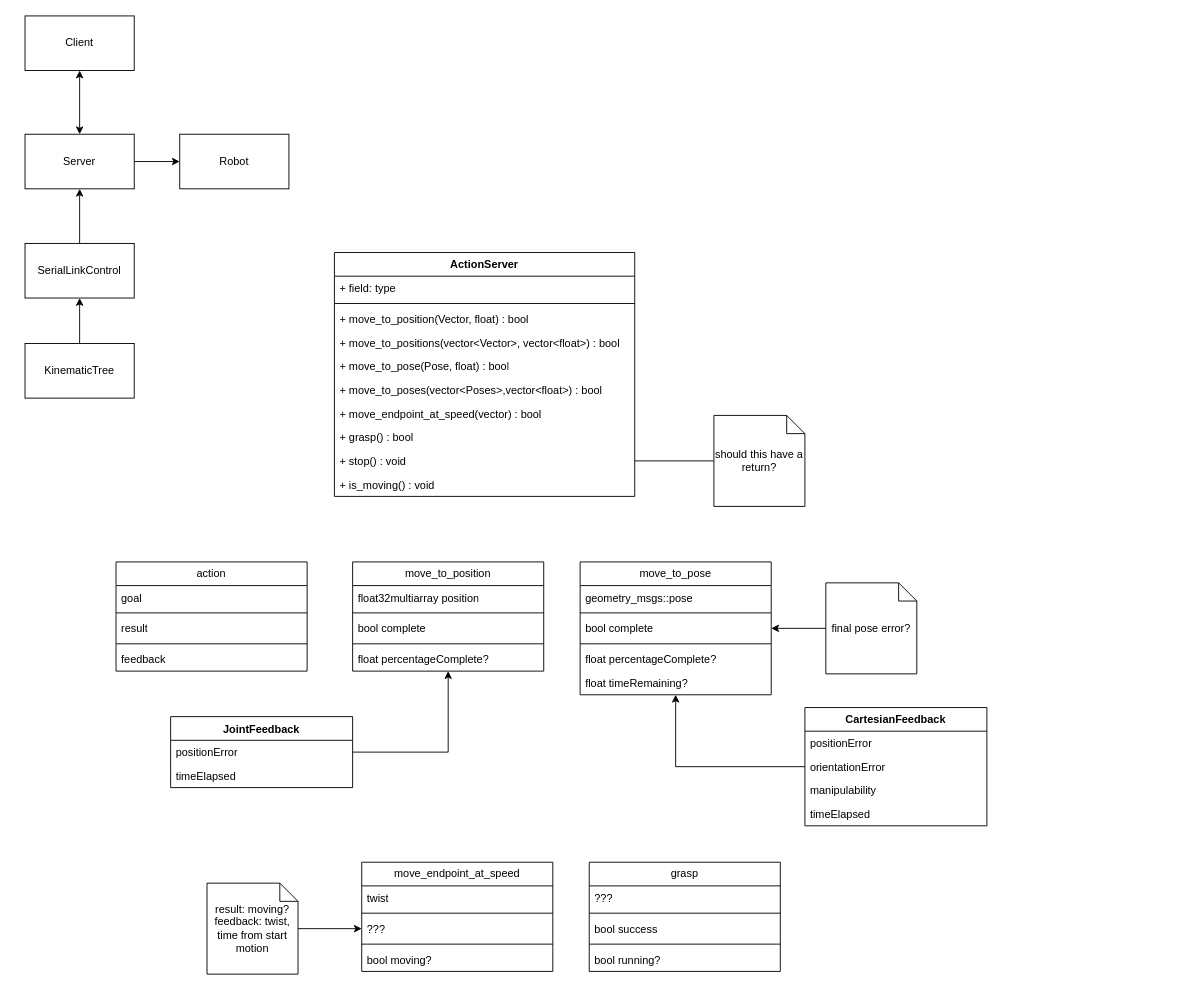
Earlier version of the draw.io diagram page "ActionServer" (2 of 2) of Control/doc/ControlClassDiagrams.drawio (Woolfrey/software_robot_library). Source tidied: cells renumbered, new cells numbered last; positions are measured from the earlier drawing's top-left corner, leaving out a move shared by most shapes. Both pictures are drawn from the tidied source at 91%, with x=0, y=0 at pixel (25, 15).
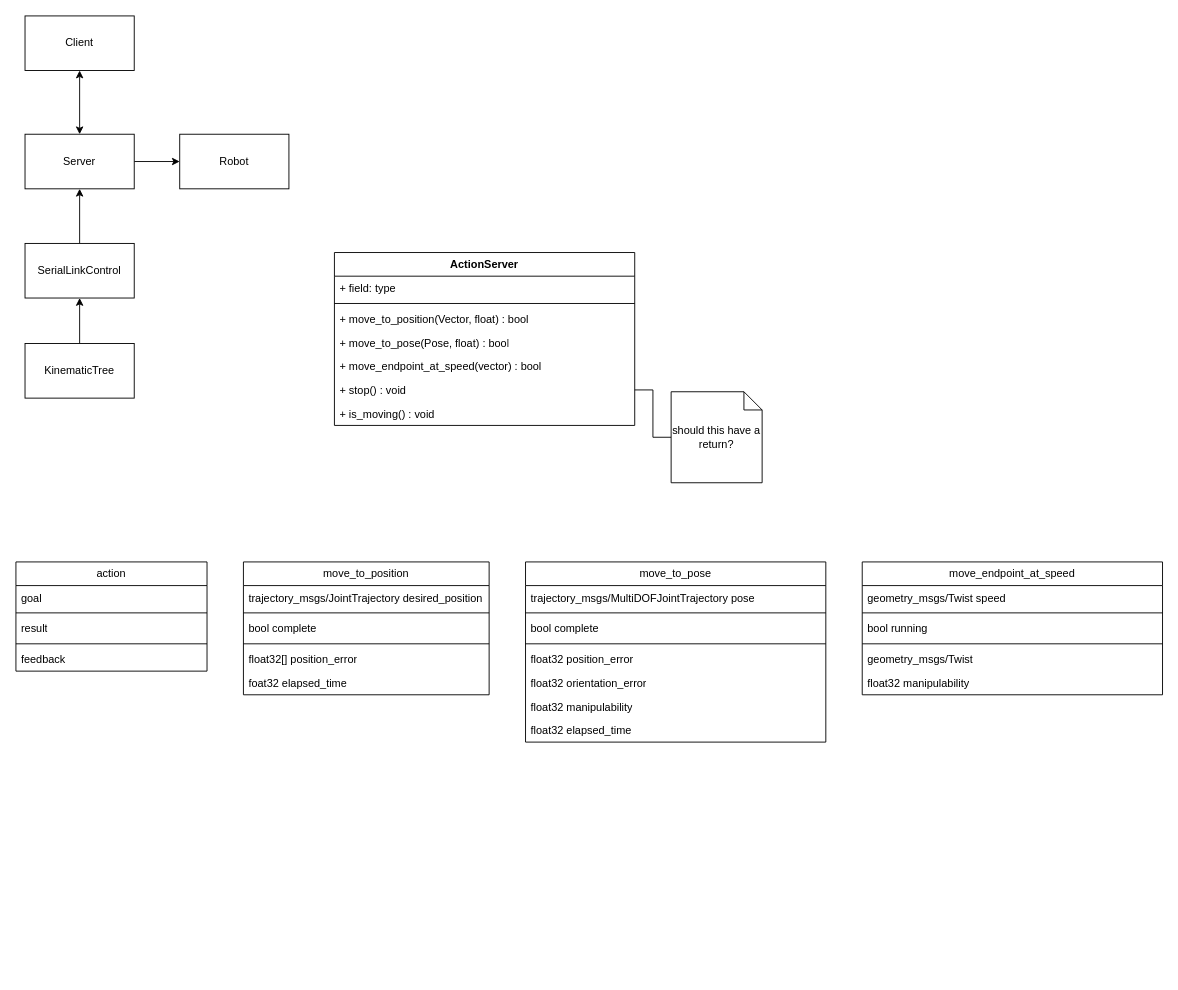
After the change.

Change to the diagram source:
```diff
@@
     <mxCell id="11" value="ActionServer" style="swimlane;fontStyle=1;align=center;verticalAlign=top;horizontal=1;startSize=26;whiteSpace=wrap;html=1;" parent="1" vertex="1">
-      <mxGeometry x="340" y="260" width="330" height="268" as="geometry" />
+      <mxGeometry x="340" y="260" width="330" height="190" as="geometry" />
     </mxCell>
@@
-    <mxCell id="15" value="+ move_to_positions(vector&amp;lt;Vector&amp;gt;, vector&amp;lt;float&amp;gt;) : bool" style="text;strokeColor=none;fillColor=none;align=left;verticalAlign=top;spacingLeft=4;spacingRight=4;overflow=hidden;whiteSpace=wrap;html=1;" parent="11" vertex="1">
-      <mxGeometry y="86" width="330" height="26" as="geometry" />
-    </mxCell>
     <mxCell id="16" value="+ move_to_pose(Pose, float) : bool" style="text;strokeColor=none;fillColor=none;align=left;verticalAlign=top;spacingLeft=4;spacingRight=4;overflow=hidden;whiteSpace=wrap;html=1;" parent="11" vertex="1">
-      <mxGeometry y="112" width="330" height="26" as="geometry" />
+      <mxGeometry y="86" width="330" height="26" as="geometry" />
     </mxCell>
-    <mxCell id="17" value="+ move_to_poses(vector&amp;lt;Poses&amp;gt;,vector&amp;lt;float&amp;gt;) : bool" style="text;strokeColor=none;fillColor=none;align=left;verticalAlign=top;spacingLeft=4;spacingRight=4;overflow=hidden;whiteSpace=wrap;html=1;" parent="11" vertex="1">
-      <mxGeometry y="138" width="330" height="26" as="geometry" />
-    </mxCell>
     <mxCell id="18" value="+ move_endpoint_at_speed(vector) : bool" style="text;strokeColor=none;fillColor=none;align=left;verticalAlign=top;spacingLeft=4;spacingRight=4;overflow=hidden;whiteSpace=wrap;html=1;" parent="11" vertex="1">
-      <mxGeometry y="164" width="330" height="26" as="geometry" />
+      <mxGeometry y="112" width="330" height="26" as="geometry" />
     </mxCell>
-    <mxCell id="19" value="+ grasp() : bool" style="text;strokeColor=none;fillColor=none;align=left;verticalAlign=top;spacingLeft=4;spacingRight=4;overflow=hidden;whiteSpace=wrap;html=1;" parent="11" vertex="1">
-      <mxGeometry y="190" width="330" height="26" as="geometry" />
-    </mxCell>
     <mxCell id="20" value="+ stop() : void" style="text;strokeColor=none;fillColor=none;align=left;verticalAlign=top;spacingLeft=4;spacingRight=4;overflow=hidden;points=[[0,0.5],[1,0.5]];portConstraint=eastwest;whiteSpace=wrap;html=1;" parent="11" vertex="1">
-      <mxGeometry y="216" width="330" height="26" as="geometry" />
+      <mxGeometry y="138" width="330" height="26" as="geometry" />
     </mxCell>
     <mxCell id="21" value="+ is_moving() : void" style="text;strokeColor=none;fillColor=none;align=left;verticalAlign=top;spacingLeft=4;spacingRight=4;overflow=hidden;whiteSpace=wrap;html=1;" parent="11" vertex="1">
-      <mxGeometry y="242" width="330" height="26" as="geometry" />
+      <mxGeometry y="164" width="330" height="26" as="geometry" />
     </mxCell>
     <mxCell id="22" value="move_to_position" style="swimlane;fontStyle=0;horizontal=1;startSize=26;fillColor=none;whiteSpace=wrap;html=1;" parent="1" vertex="1">
-      <mxGeometry x="360" y="600" width="210" height="120" as="geometry" />
+      <mxGeometry x="240" y="600" width="270" height="146" as="geometry" />
     </mxCell>
-    <mxCell id="23" value="float32multiarray position" style="text;strokeColor=none;fillColor=none;align=left;verticalAlign=top;spacingLeft=4;spacingRight=4;overflow=hidden;whiteSpace=wrap;html=1;" parent="22" vertex="1">
-      <mxGeometry y="26" width="210" height="26" as="geometry" />
-    </mxCell>
+    <mxCell id="69" value="trajectory_msgs/JointTrajectory desired_position" style="text;strokeColor=none;fillColor=none;align=left;verticalAlign=top;spacingLeft=4;spacingRight=4;overflow=hidden;whiteSpace=wrap;html=1;" parent="22" vertex="1">
+      <mxGeometry y="26" width="270" height="26" as="geometry" />
+    </mxCell>
     <mxCell id="24" style="line;strokeWidth=1;fillColor=none;align=left;verticalAlign=middle;spacingTop=-1;spacingLeft=3;spacingRight=3;labelPosition=right;strokeColor=inherit;" parent="22" vertex="1">
-      <mxGeometry y="52" width="210" height="8" as="geometry" />
+      <mxGeometry y="52" width="270" height="8" as="geometry" />
     </mxCell>
     <mxCell id="25" value="bool complete" style="text;strokeColor=none;fillColor=none;align=left;verticalAlign=top;spacingLeft=4;spacingRight=4;overflow=hidden;whiteSpace=wrap;html=1;" parent="22" vertex="1">
-      <mxGeometry y="60" width="210" height="26" as="geometry" />
+      <mxGeometry y="60" width="270" height="26" as="geometry" />
     </mxCell>
     <mxCell id="26" style="line;strokeWidth=1;fillColor=none;align=left;verticalAlign=middle;spacingTop=-1;spacingLeft=3;spacingRight=3;labelPosition=right;strokeColor=inherit;" parent="22" vertex="1">
-      <mxGeometry y="86" width="210" height="8" as="geometry" />
+      <mxGeometry y="86" width="270" height="8" as="geometry" />
     </mxCell>
-    <mxCell id="27" value="float percentageComplete?" style="text;strokeColor=none;fillColor=none;align=left;verticalAlign=top;spacingLeft=4;spacingRight=4;overflow=hidden;whiteSpace=wrap;html=1;" parent="22" vertex="1">
-      <mxGeometry y="94" width="210" height="26" as="geometry" />
-    </mxCell>
+    <mxCell id="70" value="float32[] position_error" style="text;strokeColor=none;fillColor=none;align=left;verticalAlign=top;spacingLeft=4;spacingRight=4;overflow=hidden;whiteSpace=wrap;html=1;" parent="22" vertex="1">
+      <mxGeometry y="94" width="270" height="26" as="geometry" />
+    </mxCell>
+    <mxCell id="71" value="foat32 elapsed_time" style="text;strokeColor=none;fillColor=none;align=left;verticalAlign=top;spacingLeft=4;spacingRight=4;overflow=hidden;whiteSpace=wrap;html=1;" parent="22" vertex="1">
+      <mxGeometry y="120" width="270" height="26" as="geometry" />
+    </mxCell>
@@
     <mxCell id="29" value="should this have a return?" style="shape=note;size=20;whiteSpace=wrap;html=1;" parent="1" vertex="1">
-      <mxGeometry x="757" y="439" width="100" height="100" as="geometry" />
+      <mxGeometry x="710" y="413" width="100" height="100" as="geometry" />
     </mxCell>
     <mxCell id="30" value="move_to_pose" style="swimlane;fontStyle=0;horizontal=1;startSize=26;fillColor=none;whiteSpace=wrap;html=1;" parent="1" vertex="1">
-      <mxGeometry x="610" y="600" width="210" height="146" as="geometry" />
+      <mxGeometry x="550" y="600" width="330" height="198" as="geometry" />
     </mxCell>
-    <mxCell id="31" value="geometry_msgs::pose" style="text;strokeColor=none;fillColor=none;align=left;verticalAlign=top;spacingLeft=4;spacingRight=4;overflow=hidden;whiteSpace=wrap;html=1;" parent="30" vertex="1">
-      <mxGeometry y="26" width="210" height="26" as="geometry" />
+    <mxCell id="31" value="trajectory_msgs/MultiDOFJointTrajectory pose" style="text;strokeColor=none;fillColor=none;align=left;verticalAlign=top;spacingLeft=4;spacingRight=4;overflow=hidden;whiteSpace=wrap;html=1;" parent="30" vertex="1">
+      <mxGeometry y="26" width="330" height="26" as="geometry" />
     </mxCell>
     <mxCell id="32" style="line;strokeWidth=1;fillColor=none;align=left;verticalAlign=middle;spacingTop=-1;spacingLeft=3;spacingRight=3;labelPosition=right;strokeColor=inherit;" parent="30" vertex="1">
-      <mxGeometry y="52" width="210" height="8" as="geometry" />
+      <mxGeometry y="52" width="330" height="8" as="geometry" />
     </mxCell>
     <mxCell id="33" value="bool complete" style="text;strokeColor=none;fillColor=none;align=left;verticalAlign=top;spacingLeft=4;spacingRight=4;overflow=hidden;points=[[0,0.5],[1,0.5]];portConstraint=eastwest;whiteSpace=wrap;html=1;" parent="30" vertex="1">
-      <mxGeometry y="60" width="210" height="26" as="geometry" />
+      <mxGeometry y="60" width="330" height="26" as="geometry" />
     </mxCell>
     <mxCell id="34" style="line;strokeWidth=1;fillColor=none;align=left;verticalAlign=middle;spacingTop=-1;spacingLeft=3;spacingRight=3;labelPosition=right;strokeColor=inherit;" parent="30" vertex="1">
-      <mxGeometry y="86" width="210" height="8" as="geometry" />
+      <mxGeometry y="86" width="330" height="8" as="geometry" />
     </mxCell>
-    <mxCell id="35" value="float percentageComplete?" style="text;strokeColor=none;fillColor=none;align=left;verticalAlign=top;spacingLeft=4;spacingRight=4;overflow=hidden;whiteSpace=wrap;html=1;" parent="30" vertex="1">
-      <mxGeometry y="94" width="210" height="26" as="geometry" />
+    <mxCell id="35" value="float32 position_error" style="text;strokeColor=none;fillColor=none;align=left;verticalAlign=top;spacingLeft=4;spacingRight=4;overflow=hidden;whiteSpace=wrap;html=1;" parent="30" vertex="1">
+      <mxGeometry y="94" width="330" height="26" as="geometry" />
     </mxCell>
-    <mxCell id="36" value="float timeRemaining?" style="text;strokeColor=none;fillColor=none;align=left;verticalAlign=top;spacingLeft=4;spacingRight=4;overflow=hidden;whiteSpace=wrap;html=1;" parent="30" vertex="1">
-      <mxGeometry y="120" width="210" height="26" as="geometry" />
+    <mxCell id="36" value="float32 orientation_error" style="text;strokeColor=none;fillColor=none;align=left;verticalAlign=top;spacingLeft=4;spacingRight=4;overflow=hidden;whiteSpace=wrap;html=1;" parent="30" vertex="1">
+      <mxGeometry y="120" width="330" height="26" as="geometry" />
     </mxCell>
+    <mxCell id="72" value="float32 manipulability" style="text;strokeColor=none;fillColor=none;align=left;verticalAlign=top;spacingLeft=4;spacingRight=4;overflow=hidden;whiteSpace=wrap;html=1;" parent="30" vertex="1">
+      <mxGeometry y="146" width="330" height="26" as="geometry" />
+    </mxCell>
+    <mxCell id="73" value="float32 elapsed_time" style="text;strokeColor=none;fillColor=none;align=left;verticalAlign=top;spacingLeft=4;spacingRight=4;overflow=hidden;whiteSpace=wrap;html=1;" parent="30" vertex="1">
+      <mxGeometry y="172" width="330" height="26" as="geometry" />
+    </mxCell>
     <mxCell id="37" value="action" style="swimlane;fontStyle=0;horizontal=1;startSize=26;fillColor=none;whiteSpace=wrap;html=1;" parent="1" vertex="1">
-      <mxGeometry x="100" y="600" width="210" height="120" as="geometry" />
+      <mxGeometry x="-10" y="600" width="210" height="120" as="geometry" />
     </mxCell>
@@
     <mxCell id="43" value="move_endpoint_at_speed" style="swimlane;fontStyle=0;horizontal=1;startSize=26;fillColor=none;whiteSpace=wrap;html=1;" parent="1" vertex="1">
-      <mxGeometry x="370" y="930" width="210" height="120" as="geometry" />
+      <mxGeometry x="920" y="600" width="330" height="146" as="geometry" />
     </mxCell>
-    <mxCell id="44" value="twist" style="text;strokeColor=none;fillColor=none;align=left;verticalAlign=top;spacingLeft=4;spacingRight=4;overflow=hidden;whiteSpace=wrap;html=1;" parent="43" vertex="1">
-      <mxGeometry y="26" width="210" height="26" as="geometry" />
-    </mxCell>
-    <mxCell id="45" style="line;strokeWidth=1;fillColor=none;align=left;verticalAlign=middle;spacingTop=-1;spacingLeft=3;spacingRight=3;labelPosition=right;strokeColor=inherit;" parent="43" vertex="1">
-      <mxGeometry y="52" width="210" height="8" as="geometry" />
-    </mxCell>
-    <mxCell id="46" value="???" style="text;strokeColor=none;fillColor=none;align=left;verticalAlign=top;spacingLeft=4;spacingRight=4;overflow=hidden;points=[[0,0.5],[1,0.5]];portConstraint=eastwest;whiteSpace=wrap;html=1;" parent="43" vertex="1">
-      <mxGeometry y="60" width="210" height="26" as="geometry" />
-    </mxCell>
-    <mxCell id="47" style="line;strokeWidth=1;fillColor=none;align=left;verticalAlign=middle;spacingTop=-1;spacingLeft=3;spacingRight=3;labelPosition=right;strokeColor=inherit;" parent="43" vertex="1">
-      <mxGeometry y="86" width="210" height="8" as="geometry" />
-    </mxCell>
-    <mxCell id="48" value="bool moving?" style="text;strokeColor=none;fillColor=none;align=left;verticalAlign=top;spacingLeft=4;spacingRight=4;overflow=hidden;whiteSpace=wrap;html=1;" parent="43" vertex="1">
-      <mxGeometry y="94" width="210" height="26" as="geometry" />
-    </mxCell>
-    <mxCell id="49" value="grasp" style="swimlane;fontStyle=0;horizontal=1;startSize=26;fillColor=none;whiteSpace=wrap;html=1;" parent="1" vertex="1">
-      <mxGeometry x="620" y="930" width="210" height="120" as="geometry" />
-    </mxCell>
-    <mxCell id="50" value="???" style="text;strokeColor=none;fillColor=none;align=left;verticalAlign=top;spacingLeft=4;spacingRight=4;overflow=hidden;whiteSpace=wrap;html=1;" parent="49" vertex="1">
-      <mxGeometry y="26" width="210" height="26" as="geometry" />
-    </mxCell>
-    <mxCell id="51" style="line;strokeWidth=1;fillColor=none;align=left;verticalAlign=middle;spacingTop=-1;spacingLeft=3;spacingRight=3;labelPosition=right;strokeColor=inherit;" parent="49" vertex="1">
-      <mxGeometry y="52" width="210" height="8" as="geometry" />
-    </mxCell>
-    <mxCell id="52" value="bool success" style="text;strokeColor=none;fillColor=none;align=left;verticalAlign=top;spacingLeft=4;spacingRight=4;overflow=hidden;whiteSpace=wrap;html=1;" parent="49" vertex="1">
-      <mxGeometry y="60" width="210" height="26" as="geometry" />
-    </mxCell>
-    <mxCell id="53" style="line;strokeWidth=1;fillColor=none;align=left;verticalAlign=middle;spacingTop=-1;spacingLeft=3;spacingRight=3;labelPosition=right;strokeColor=inherit;" parent="49" vertex="1">
-      <mxGeometry y="86" width="210" height="8" as="geometry" />
-    </mxCell>
-    <mxCell id="54" value="bool running?" style="text;strokeColor=none;fillColor=none;align=left;verticalAlign=top;spacingLeft=4;spacingRight=4;overflow=hidden;whiteSpace=wrap;html=1;" parent="49" vertex="1">
-      <mxGeometry y="94" width="210" height="26" as="geometry" />
-    </mxCell>
-    <mxCell id="55" style="edgeStyle=orthogonalEdgeStyle;rounded=0;jettySize=auto;html=1;entryX=0;entryY=0.5;entryDx=0;entryDy=0;" parent="1" edge="1" source="56" target="46">
-      <mxGeometry relative="1" as="geometry" />
-    </mxCell>
-    <mxCell id="56" value="result: moving?&lt;br&gt;feedback: twist, time from start motion" style="shape=note;size=20;whiteSpace=wrap;html=1;" parent="1" vertex="1">
-      <mxGeometry x="200" y="953" width="100" height="100" as="geometry" />
-    </mxCell>
-    <mxCell id="57" style="edgeStyle=orthogonalEdgeStyle;rounded=0;jettySize=auto;html=1;" parent="1" edge="1" source="58" target="33">
-      <mxGeometry relative="1" as="geometry" />
-    </mxCell>
-    <mxCell id="58" value="final pose error?" style="shape=note;size=20;whiteSpace=wrap;html=1;" parent="1" vertex="1">
-      <mxGeometry x="880" y="623" width="100" height="100" as="geometry" />
-    </mxCell>
-    <mxCell id="59" style="edgeStyle=orthogonalEdgeStyle;rounded=0;jettySize=auto;html=1;" parent="1" edge="1" source="60" target="30">
-      <mxGeometry relative="1" as="geometry" />
-    </mxCell>
-    <mxCell id="60" value="CartesianFeedback" style="swimlane;fontStyle=1;align=center;verticalAlign=top;horizontal=1;startSize=26;whiteSpace=wrap;html=1;" parent="1" vertex="1">
-      <mxGeometry x="857" y="760" width="200" height="130" as="geometry" />
-    </mxCell>
-    <mxCell id="61" value="positionError" style="text;strokeColor=none;fillColor=none;align=left;verticalAlign=top;spacingLeft=4;spacingRight=4;overflow=hidden;whiteSpace=wrap;html=1;" parent="60" vertex="1">
-      <mxGeometry y="26" width="200" height="26" as="geometry" />
-    </mxCell>
-    <mxCell id="62" value="orientationError" style="text;strokeColor=none;fillColor=none;align=left;verticalAlign=top;spacingLeft=4;spacingRight=4;overflow=hidden;whiteSpace=wrap;html=1;" parent="60" vertex="1">
-      <mxGeometry y="52" width="200" height="26" as="geometry" />
-    </mxCell>
-    <mxCell id="63" value="manipulability" style="text;strokeColor=none;fillColor=none;align=left;verticalAlign=top;spacingLeft=4;spacingRight=4;overflow=hidden;whiteSpace=wrap;html=1;" parent="60" vertex="1">
-      <mxGeometry y="78" width="200" height="26" as="geometry" />
-    </mxCell>
-    <mxCell id="64" value="timeElapsed" style="text;strokeColor=none;fillColor=none;align=left;verticalAlign=top;spacingLeft=4;spacingRight=4;overflow=hidden;whiteSpace=wrap;html=1;" parent="60" vertex="1">
-      <mxGeometry y="104" width="200" height="26" as="geometry" />
-    </mxCell>
-    <mxCell id="65" value="JointFeedback" style="swimlane;fontStyle=1;align=center;verticalAlign=top;horizontal=1;startSize=26;whiteSpace=wrap;html=1;" parent="1" vertex="1">
-      <mxGeometry x="160" y="770" width="200" height="78" as="geometry" />
-    </mxCell>
-    <mxCell id="66" value="positionError" style="text;strokeColor=none;fillColor=none;align=left;verticalAlign=top;spacingLeft=4;spacingRight=4;overflow=hidden;points=[[0,0.5],[1,0.5]];portConstraint=eastwest;whiteSpace=wrap;html=1;" parent="65" vertex="1">
-      <mxGeometry y="26" width="200" height="26" as="geometry" />
-    </mxCell>
-    <mxCell id="67" value="timeElapsed" style="text;strokeColor=none;fillColor=none;align=left;verticalAlign=top;spacingLeft=4;spacingRight=4;overflow=hidden;whiteSpace=wrap;html=1;" parent="65" vertex="1">
-      <mxGeometry y="52" width="200" height="26" as="geometry" />
-    </mxCell>
-    <mxCell id="68" style="edgeStyle=orthogonalEdgeStyle;rounded=0;jettySize=auto;html=1;" parent="1" edge="1" source="66" target="22">
-      <mxGeometry relative="1" as="geometry" />
-    </mxCell>
+    <mxCell id="74" value="geometry_msgs/Twist speed" style="text;strokeColor=none;fillColor=none;align=left;verticalAlign=top;spacingLeft=4;spacingRight=4;overflow=hidden;whiteSpace=wrap;html=1;" parent="43" vertex="1">
+      <mxGeometry y="26" width="330" height="26" as="geometry" />
+    </mxCell>
+    <mxCell id="75" style="line;strokeWidth=1;fillColor=none;align=left;verticalAlign=middle;spacingTop=-1;spacingLeft=3;spacingRight=3;labelPosition=right;strokeColor=inherit;" parent="43" vertex="1">
+      <mxGeometry y="52" width="330" height="8" as="geometry" />
+    </mxCell>
+    <mxCell id="76" value="bool running" style="text;strokeColor=none;fillColor=none;align=left;verticalAlign=top;spacingLeft=4;spacingRight=4;overflow=hidden;whiteSpace=wrap;html=1;" parent="43" vertex="1">
+      <mxGeometry y="60" width="330" height="26" as="geometry" />
+    </mxCell>
+    <mxCell id="77" style="line;strokeWidth=1;fillColor=none;align=left;verticalAlign=middle;spacingTop=-1;spacingLeft=3;spacingRight=3;labelPosition=right;strokeColor=inherit;" parent="43" vertex="1">
+      <mxGeometry y="86" width="330" height="8" as="geometry" />
+    </mxCell>
+    <mxCell id="78" value="geometry_msgs/Twist " style="text;strokeColor=none;fillColor=none;align=left;verticalAlign=top;spacingLeft=4;spacingRight=4;overflow=hidden;whiteSpace=wrap;html=1;" parent="43" vertex="1">
+      <mxGeometry y="94" width="330" height="26" as="geometry" />
+    </mxCell>
+    <mxCell id="79" value="float32 manipulability" style="text;strokeColor=none;fillColor=none;align=left;verticalAlign=top;spacingLeft=4;spacingRight=4;overflow=hidden;whiteSpace=wrap;html=1;" parent="43" vertex="1">
+      <mxGeometry y="120" width="330" height="26" as="geometry" />
+    </mxCell>
```
